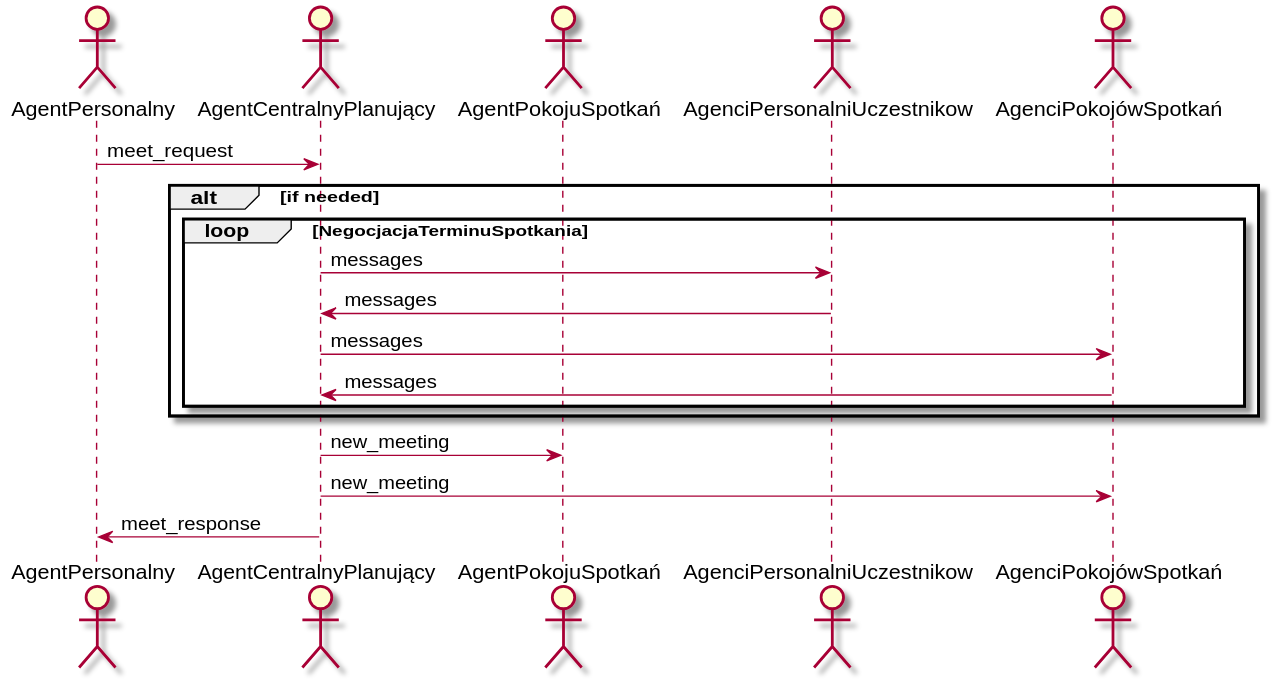
This is project_description/diagrams_img/UmawianieSpotkania.svg from michalMilewski-8/SmartBuilding_Agent_MiNI_Project, a PlantUML export, as it was before one commit.
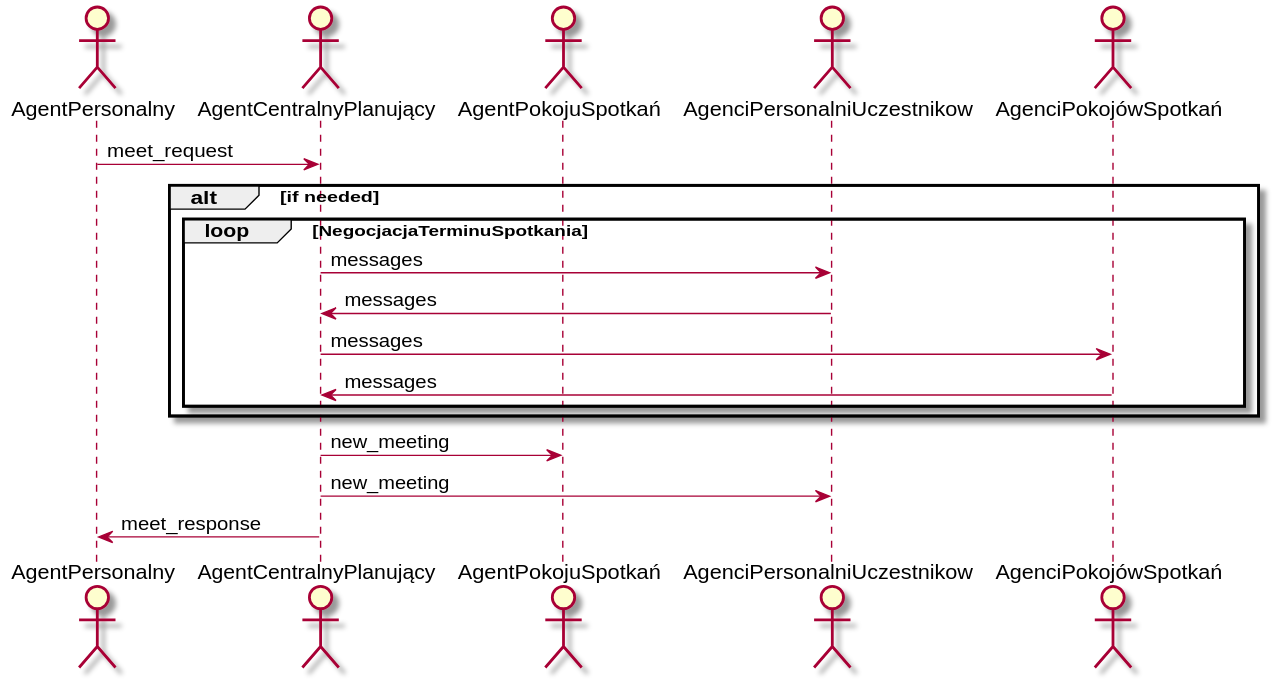
After the commit.

What changed in the source:
```diff
@@ -15,6 +15,6 @@
 	end
 end
 AgentCentralnyPlanujący -> AgentPokojuSpotkań : new_meeting
-AgentCentralnyPlanujący -> AgenciPokojówSpotkań : new_meeting
+AgentCentralnyPlanujący -> AgenciPersonalniUczestnikow : new_meeting
 AgentCentralnyPlanujący -> AgentPersonalny : meet_response
 @enduml
```
